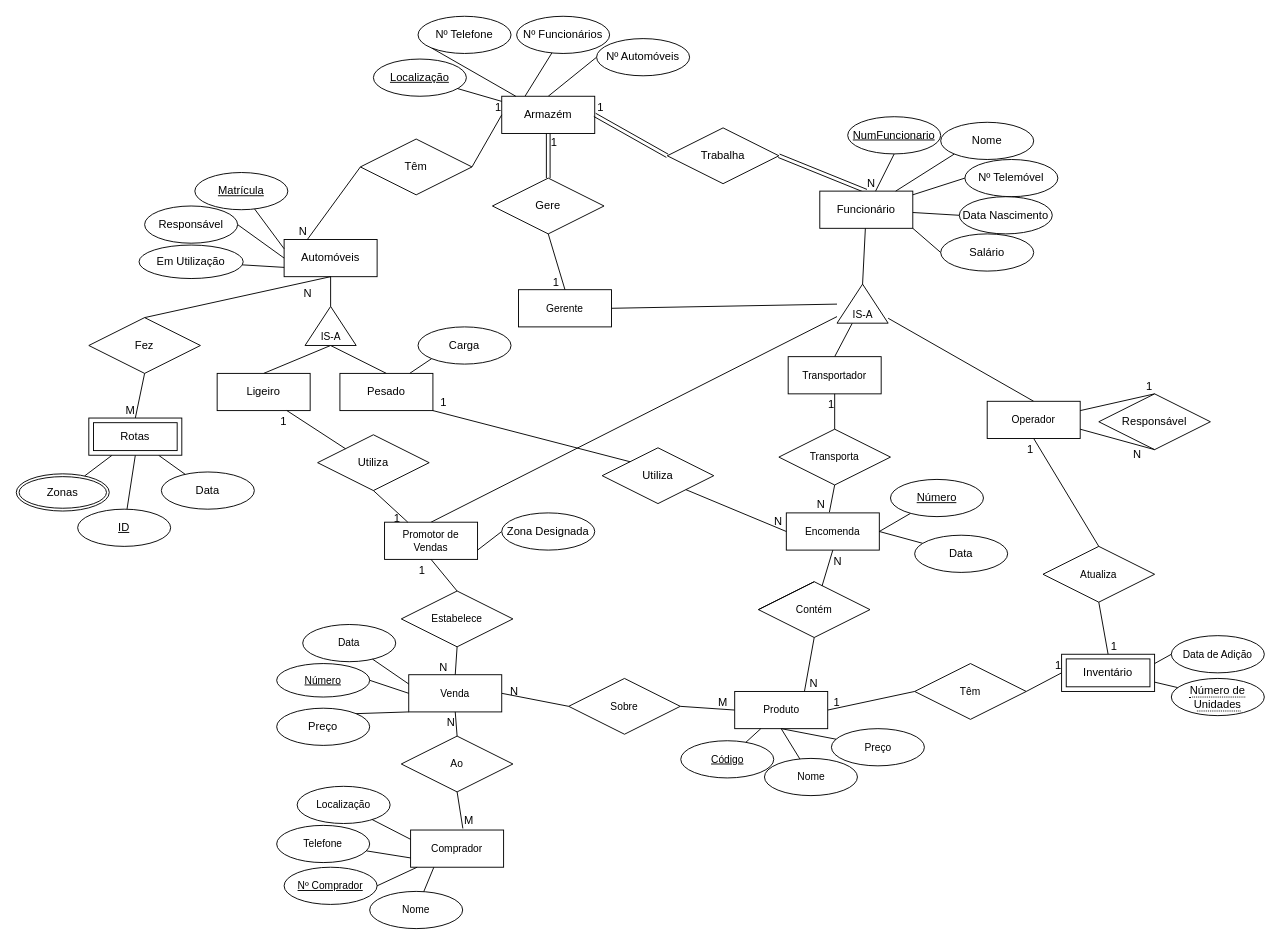
Before: DER and REL/bebidis.drawio in dot-1q/bd-bebidis, a draw.io diagram. Source tidied: cells renumbered, new cells numbered last; positions are measured from the earlier drawing's top-left corner, leaving out a move shared by most shapes. Both pictures are drawn from the tidied source at 93%, with x=0, y=0 at pixel (16, 16).
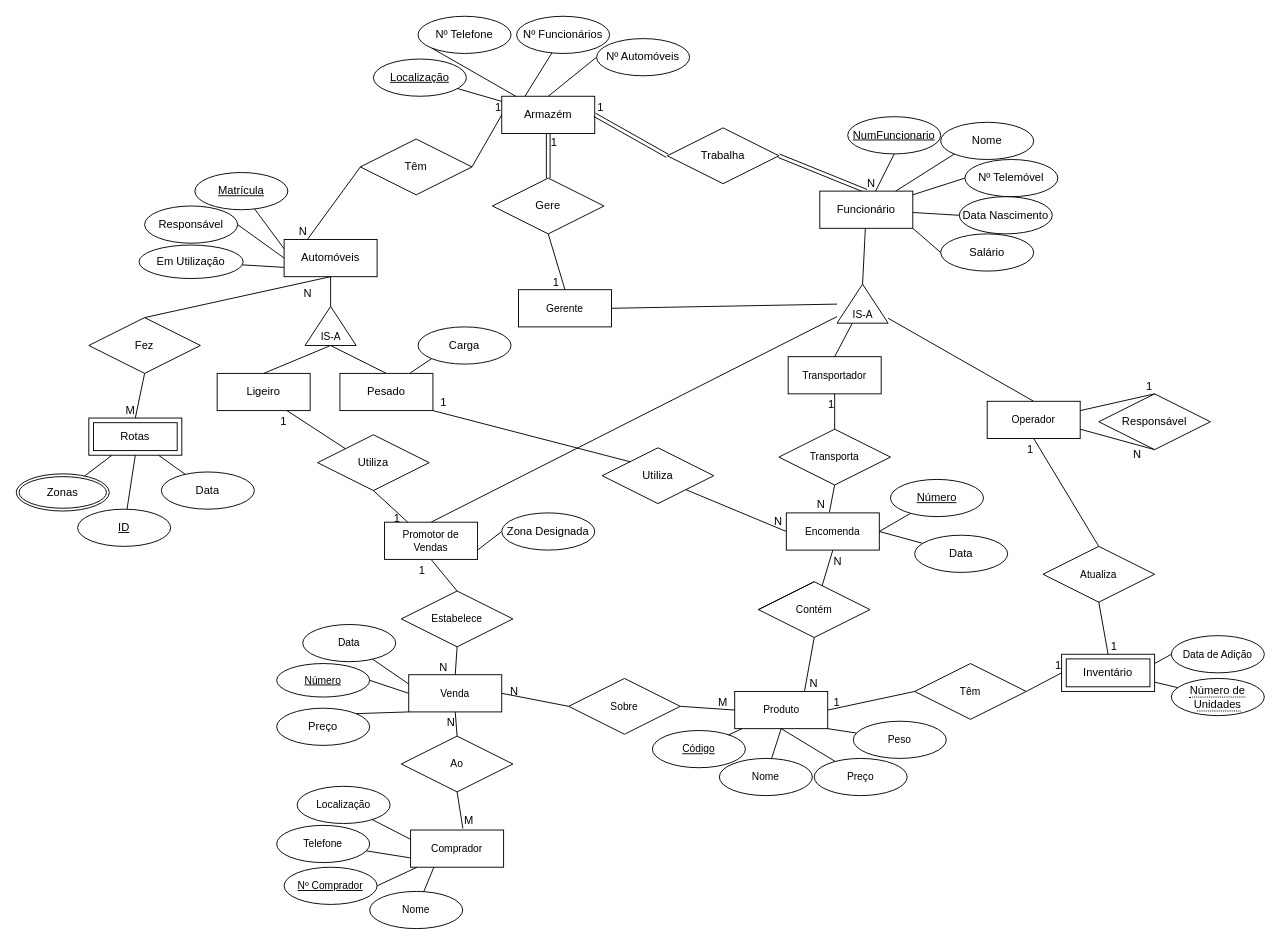
The same diagram, later.

Unchanged cells that the change refers to:
```xml
<mxCell id="144" value="Produto" style="whiteSpace=wrap;html=1;align=center;fontSize=11;" parent="143" vertex="1">
  <mxGeometry x="40" width="100" height="40" as="geometry" />
</mxCell>
```

The edit, as a diff of the source:
```diff
@@
     <mxCell id="143" style="group;" parent="1" vertex="1">
-      <mxGeometry x="732.5" y="726" width="240" height="133" as="geometry" />
+      <mxGeometry x="732.5" y="726" width="267.5" height="133" as="geometry" />
     </mxCell>
@@
     <mxCell id="145" value="Código" style="ellipse;whiteSpace=wrap;html=1;align=center;fontStyle=4;fontSize=11;" parent="143" vertex="1">
-      <mxGeometry x="-18" y="53" width="100" height="40" as="geometry" />
+      <mxGeometry x="-48.5" y="42" width="100" height="40" as="geometry" />
     </mxCell>
     <mxCell id="146" value="Nome" style="ellipse;whiteSpace=wrap;html=1;align=center;fontSize=11;direction=west;" parent="143" vertex="1">
-      <mxGeometry x="72" y="72" width="100" height="40" as="geometry" />
+      <mxGeometry x="23.5" y="72" width="100" height="40" as="geometry" />
     </mxCell>
     <mxCell id="147" value="Preço" style="ellipse;whiteSpace=wrap;html=1;align=center;fontSize=11;" parent="143" vertex="1">
-      <mxGeometry x="144" y="40" width="100" height="40" as="geometry" />
+      <mxGeometry x="125.5" y="72" width="100" height="40" as="geometry" />
     </mxCell>
@@
+    <mxCell id="165" style="rounded=0;jettySize=auto;html=1;entryX=1;entryY=1;entryDx=0;entryDy=0;endArrow=none;endFill=0;" parent="143" edge="1" source="166" target="144">
+      <mxGeometry relative="1" as="geometry" />
+    </mxCell>
+    <mxCell id="166" value="Peso" style="ellipse;whiteSpace=wrap;html=1;align=center;fontSize=11;" parent="143" vertex="1">
+      <mxGeometry x="167.5" y="32" width="100" height="40" as="geometry" />
+    </mxCell>
```
